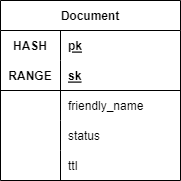
This is print-me-clone/assets/Document.png from imCertified/portfolio, a draw.io export, as it was before one commit. Source tidied: cells renumbered, new cells last; positions are measured from the earlier drawing's top-left corner, leaving out a move shared by most shapes.
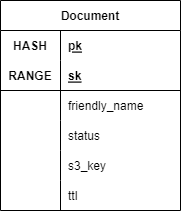
The same diagram one commit later.

Commit message:
feat: add document ORM and getURL function

What changed in the source:
```diff
@@ -3,7 +3,7 @@
     <mxCell id="0" />
     <mxCell id="1" parent="0" />
     <mxCell id="2" value="Document" style="shape=table;startSize=30;rowLines=0;fontStyle=1;align=center;fontColor=#000000;strokeColor=#000000;" parent="1" vertex="1">
-      <mxGeometry width="180" height="180" as="geometry" />
+      <mxGeometry width="180" height="210" as="geometry" />
     </mxCell>
     <mxCell id="3" style="shape=tableRow;horizontal=0;startSize=0;swimlaneHead=0;swimlaneBody=0;fillColor=none;top=0;left=0;right=0;bottom=0;fontColor=#000000;strokeColor=#000000;" parent="2" vertex="1">
       <mxGeometry y="30" width="180" height="30" as="geometry" />
@@ -47,8 +47,17 @@
     <mxCell id="16" style="shape=partialRectangle;fillColor=none;top=0;left=0;bottom=0;right=0;overflow=hidden;fontColor=#000000;strokeColor=#000000;" parent="15" vertex="1">
       <mxGeometry width="60" height="30" as="geometry" />
     </mxCell>
-    <mxCell id="17" value="ttl" style="shape=partialRectangle;fillColor=none;top=0;left=0;bottom=0;right=0;align=left;spacingLeft=6;overflow=hidden;fontColor=#000000;strokeColor=#000000;" parent="15" vertex="1">
+    <mxCell id="17" value="s3_key" style="shape=partialRectangle;fillColor=none;top=0;left=0;bottom=0;right=0;align=left;spacingLeft=6;overflow=hidden;fontColor=#000000;strokeColor=#000000;" parent="15" vertex="1">
       <mxGeometry x="60" width="120" height="30" as="geometry" />
     </mxCell>
+    <mxCell id="18" style="shape=tableRow;horizontal=0;startSize=0;swimlaneHead=0;swimlaneBody=0;fillColor=none;top=0;left=0;right=0;bottom=0;fontColor=#000000;strokeColor=#000000;" parent="2" vertex="1">
+      <mxGeometry y="180" width="180" height="30" as="geometry" />
+    </mxCell>
+    <mxCell id="19" style="shape=partialRectangle;fillColor=none;top=0;left=0;bottom=0;right=0;overflow=hidden;fontColor=#000000;strokeColor=#000000;" parent="18" vertex="1">
+      <mxGeometry width="60" height="30" as="geometry" />
+    </mxCell>
+    <mxCell id="20" value="ttl" style="shape=partialRectangle;fillColor=none;top=0;left=0;bottom=0;right=0;align=left;spacingLeft=6;overflow=hidden;fontColor=#000000;strokeColor=#000000;" parent="18" vertex="1">
+      <mxGeometry x="60" width="120" height="30" as="geometry" />
+    </mxCell>
   </root>
 </mxGraphModel>
```
